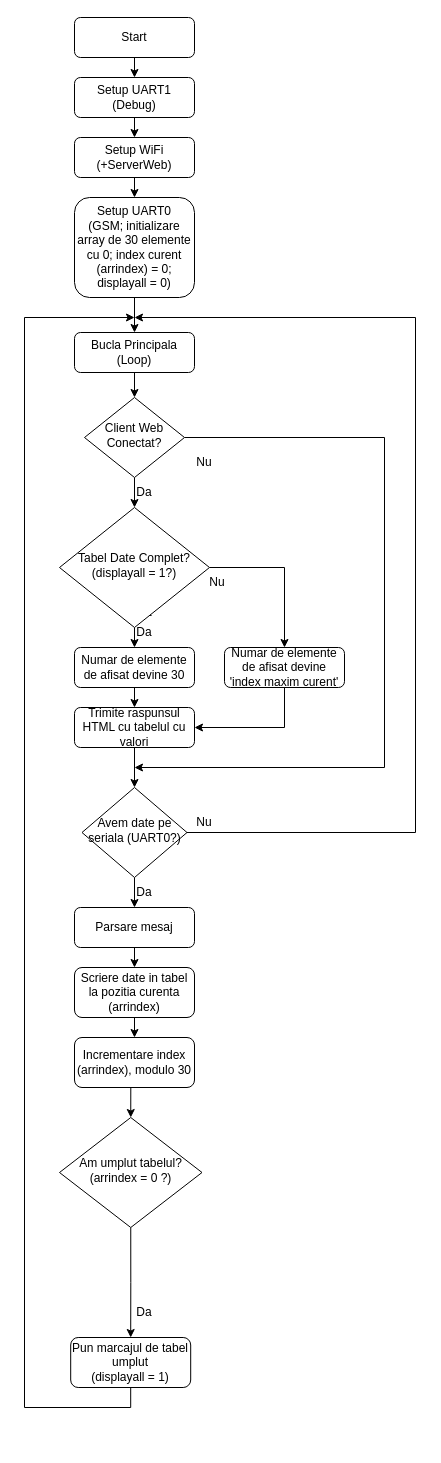
Earlier version of the draw.io diagram docs/modulserver.drawio (alexcristea07/HillClimb). Source tidied: cells renumbered, new cells numbered last; positions are measured from the earlier drawing's top-left corner, leaving out a move shared by most shapes. Both pictures are drawn from the tidied source at 100%, with x=0, y=0 at pixel (24, 17).
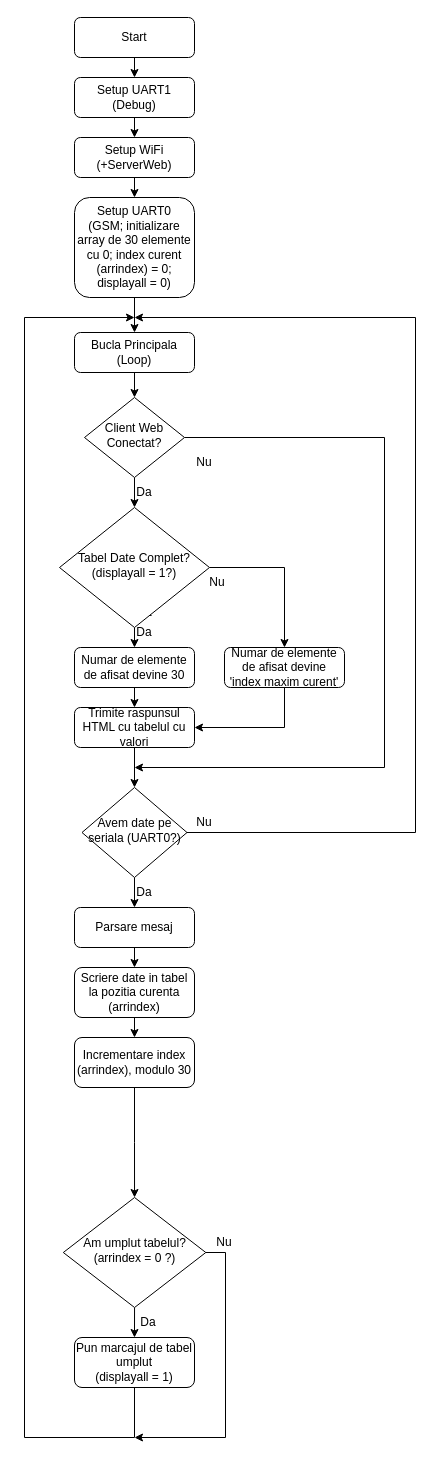
The same diagram, later.

Diff of the diagram source:
```diff
@@
+    <mxCell id="47" style="edgeStyle=orthogonalEdgeStyle;rounded=0;jettySize=auto;html=1;exitX=1;exitY=0.5;exitDx=0;exitDy=0;" parent="1" edge="1" source="41">
+      <mxGeometry relative="1" as="geometry">
+        <mxPoint x="110" y="1420" as="targetPoint" />
+        <Array as="points">
+          <mxPoint x="201" y="1235" />
+          <mxPoint x="201" y="1420" />
+        </Array>
+      </mxGeometry>
+    </mxCell>
     <mxCell id="41" value="Am umplut tabelul?&lt;br&gt;(arrindex = 0 ?)" style="rhombus;whiteSpace=wrap;html=1;shadow=0;fontFamily=Helvetica;fontSize=12;align=center;strokeWidth=1;spacing=6;spacingTop=-4;" parent="1" vertex="1">
-      <mxGeometry x="35" y="1100" width="142.5" height="110" as="geometry" />
+      <mxGeometry x="38.8" y="1180" width="142.5" height="110" as="geometry" />
     </mxCell>
     <mxCell id="42" style="edgeStyle=orthogonalEdgeStyle;rounded=0;jettySize=auto;html=1;exitX=0.5;exitY=1;exitDx=0;exitDy=0;" parent="1" edge="1" source="43">
       <mxGeometry relative="1" as="geometry">
         <mxPoint x="110" y="300" as="targetPoint" />
         <Array as="points">
-          <mxPoint x="106" y="1390" />
-          <mxPoint y="1390" />
+          <mxPoint x="110" y="1420" />
+          <mxPoint y="1420" />
           <mxPoint y="300" />
         </Array>
       </mxGeometry>
     </mxCell>
     <mxCell id="43" value="Pun marcajul de tabel umplut&lt;br&gt;(displayall = 1)" style="rounded=1;whiteSpace=wrap;html=1;fontSize=12;glass=0;strokeWidth=1;shadow=0;" parent="1" vertex="1">
-      <mxGeometry x="46.2" y="1320" width="120" height="50" as="geometry" />
+      <mxGeometry x="50" y="1320" width="120" height="50" as="geometry" />
     </mxCell>
     <mxCell id="44" value="Da" style="text;html=1;strokeColor=none;fillColor=none;align=center;verticalAlign=middle;whiteSpace=wrap;rounded=0;" parent="1" vertex="1">
-      <mxGeometry x="90" y="1280" width="60" height="30" as="geometry" />
+      <mxGeometry x="93.8" y="1290" width="60" height="30" as="geometry" />
     </mxCell>
@@
+    <mxCell id="48" value="Nu" style="text;html=1;strokeColor=none;fillColor=none;align=center;verticalAlign=middle;whiteSpace=wrap;rounded=0;" parent="1" vertex="1">
+      <mxGeometry x="170" y="1210" width="60" height="30" as="geometry" />
+    </mxCell>
```
